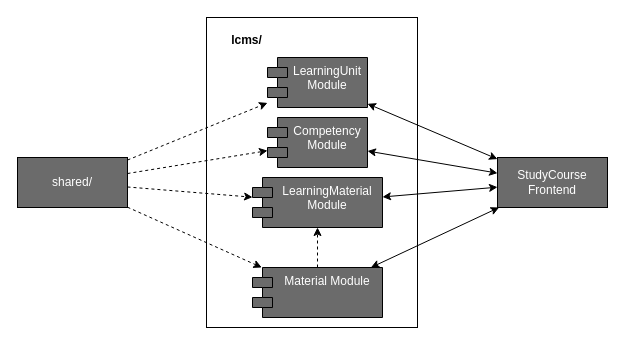
Before: Building_Block_lcms_level_3_4.drawio in MarkTkachov/lcms_diagrams, a draw.io diagram. Source tidied: cells renumbered, new cells numbered last; positions are measured from the earlier drawing's top-left corner, leaving out a move shared by most shapes. Both pictures are drawn from the tidied source at 100%, with x=0, y=0 at pixel (17, 17).
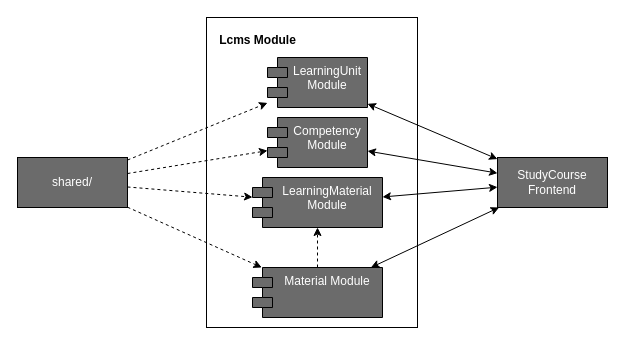
After the change.

What changed in the source:
```diff
@@
 <mxGraphModel>
   <root>
     <mxCell id="0" />
     <mxCell id="1" parent="0" />
     <mxCell id="2" style="rounded=0;whiteSpace=wrap;html=1;" parent="1" vertex="1">
       <mxGeometry x="189" width="211" height="310" as="geometry" />
     </mxCell>
-    <mxCell id="3" value="lcms/" style="text;align=center;fontStyle=1;verticalAlign=middle;spacingLeft=3;spacingRight=3;strokeColor=none;html=1;" parent="1" vertex="1">
-      <mxGeometry x="189" y="10" width="80" height="26" as="geometry" />
+    <mxCell id="3" value="Lcms Module" style="text;align=center;fontStyle=1;verticalAlign=middle;spacingLeft=3;spacingRight=3;strokeColor=none;html=1;" parent="1" vertex="1">
+      <mxGeometry x="200" y="10" width="80" height="26" as="geometry" />
     </mxCell>
     <mxCell id="4" value="LearningUnit Module" style="shape=module;align=left;spacingLeft=20;align=center;verticalAlign=top;whiteSpace=wrap;html=1;fillColor=#6B6B6B;fontColor=#FFFFFF;" parent="1" vertex="1">
       <mxGeometry x="250" y="40" width="100" height="50" as="geometry" />
     </mxCell>
     <mxCell id="5" value="Competency Module" style="shape=module;align=left;spacingLeft=20;align=center;verticalAlign=top;whiteSpace=wrap;html=1;fillColor=#6B6B6B;fontColor=#FFFFFF;" parent="1" vertex="1">
       <mxGeometry x="250" y="100" width="100" height="50" as="geometry" />
     </mxCell>
     <mxCell id="6" style="rounded=0;jettySize=auto;html=1;startArrow=classic;startFill=1;" parent="1" edge="1" source="7" target="18">
       <mxGeometry relative="1" as="geometry" />
     </mxCell>
     <mxCell id="7" value="LearningMaterial Module" style="shape=module;align=left;spacingLeft=20;align=center;verticalAlign=top;whiteSpace=wrap;html=1;fillColor=#6B6B6B;fontColor=#FFFFFF;" parent="1" vertex="1">
       <mxGeometry x="235" y="160" width="130" height="50" as="geometry" />
     </mxCell>
     <mxCell id="8" style="edgeStyle=orthogonalEdgeStyle;rounded=0;jettySize=auto;html=1;dashed=1;" parent="1" edge="1" source="9" target="7">
       <mxGeometry relative="1" as="geometry" />
     </mxCell>
     <mxCell id="9" value="Material Module" style="shape=module;align=left;spacingLeft=20;align=center;verticalAlign=top;whiteSpace=wrap;html=1;fillColor=#6B6B6B;fontColor=#FFFFFF;" parent="1" vertex="1">
       <mxGeometry x="235" y="250" width="130" height="50" as="geometry" />
     </mxCell>
     <mxCell id="10" style="rounded=0;jettySize=auto;html=1;dashed=1;" parent="1" edge="1" source="14" target="4">
       <mxGeometry relative="1" as="geometry" />
     </mxCell>
     <mxCell id="11" style="rounded=0;jettySize=auto;html=1;dashed=1;" parent="1" edge="1" source="14" target="5">
       <mxGeometry relative="1" as="geometry" />
     </mxCell>
     <mxCell id="12" style="rounded=0;jettySize=auto;html=1;dashed=1;" parent="1" edge="1" source="14" target="7">
       <mxGeometry relative="1" as="geometry" />
     </mxCell>
     <mxCell id="13" style="rounded=0;jettySize=auto;html=1;dashed=1;" parent="1" edge="1" source="14" target="9">
       <mxGeometry relative="1" as="geometry" />
     </mxCell>
     <mxCell id="14" value="shared/" style="html=1;whiteSpace=wrap;fillColor=#6B6B6B;fontColor=#FFFFFF;" parent="1" vertex="1">
       <mxGeometry y="140" width="110" height="50" as="geometry" />
     </mxCell>
     <mxCell id="15" style="rounded=0;jettySize=auto;html=1;startArrow=classic;startFill=1;" parent="1" edge="1" source="18" target="4">
       <mxGeometry relative="1" as="geometry" />
     </mxCell>
     <mxCell id="16" style="rounded=0;jettySize=auto;html=1;startArrow=classic;startFill=1;" parent="1" edge="1" source="18" target="5">
       <mxGeometry relative="1" as="geometry" />
     </mxCell>
     <mxCell id="17" style="rounded=0;jettySize=auto;html=1;startArrow=classic;startFill=1;" parent="1" edge="1" source="18" target="9">
       <mxGeometry relative="1" as="geometry" />
     </mxCell>
     <mxCell id="18" value="StudyCourse Frontend" style="html=1;whiteSpace=wrap;fillColor=#6B6B6B;fontColor=#FFFFFF;" parent="1" vertex="1">
       <mxGeometry x="480" y="140" width="110" height="50" as="geometry" />
     </mxCell>
   </root>
 </mxGraphModel>
```
